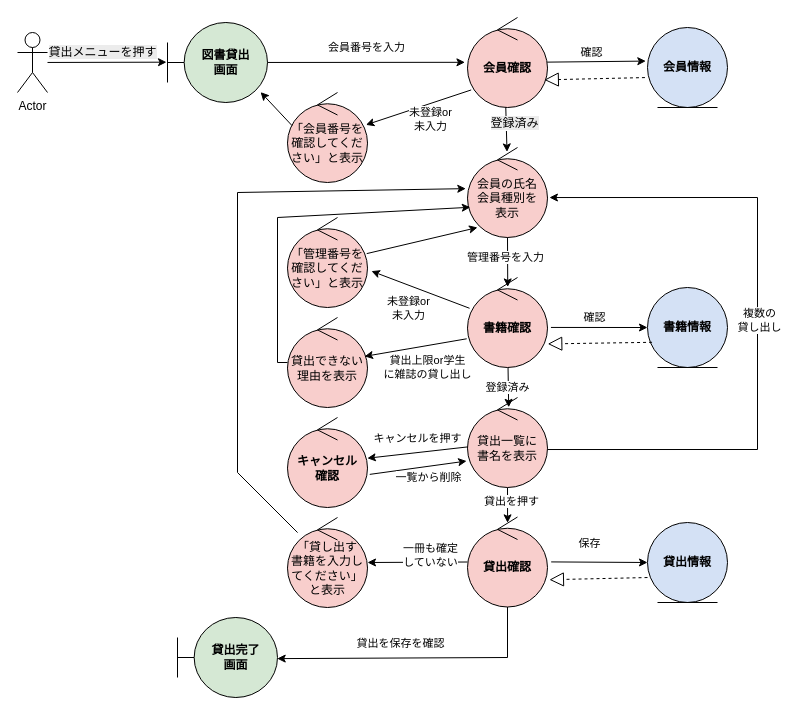
Before: group/単位認定試験第2回/コード/ロバストネス図/roba_02_Rental.drawio in ko246/ohara_uml, a draw.io diagram. Source tidied: cells renumbered, new cells numbered last; positions are measured from the earlier drawing's top-left corner, leaving out a move shared by most shapes. Both pictures are drawn from the tidied source at 100%, with x=0, y=0 at pixel (17, 17).
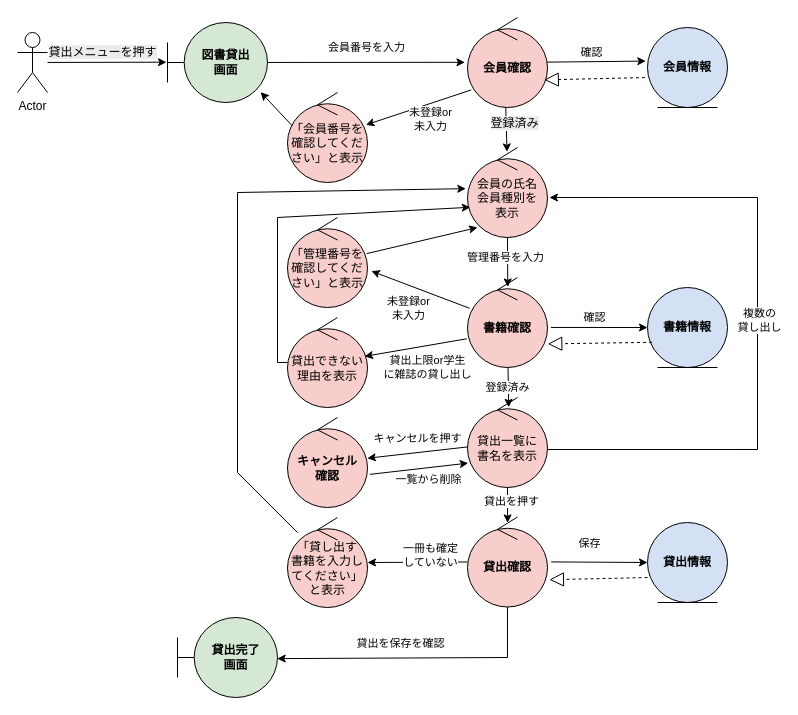
The same page after the edit.

Commit message (it also covers changes not shown here):
ロバストネス図修正

Unchanged cells that the change refers to:
```xml
<mxCell id="31" value="&lt;div&gt;&lt;span style=&quot;background-color: transparent; color: light-dark(rgb(0, 0, 0), rgb(255, 255, 255));&quot;&gt;貸出一覧に&lt;/span&gt;&lt;/div&gt;&lt;div&gt;&lt;span style=&quot;background-color: transparent; color: light-dark(rgb(0, 0, 0), rgb(255, 255, 255));&quot;&gt;書名を&lt;/span&gt;&lt;span style=&quot;background-color: transparent; color: light-dark(rgb(0, 0, 0), rgb(255, 255, 255));&quot;&gt;表示&lt;/span&gt;&lt;/div&gt;" style="ellipse;shape=umlControl;whiteSpace=wrap;html=1;fillColor=#F8CECC;" parent="1" vertex="1">
  <mxGeometry x="450" y="380" width="80" height="90" as="geometry" />
</mxCell>
<mxCell id="58" value="&lt;b&gt;キャンセル&lt;/b&gt;&lt;div&gt;&lt;b&gt;確認&lt;/b&gt;&lt;/div&gt;" style="ellipse;shape=umlControl;whiteSpace=wrap;html=1;fillColor=#F8CECC;" parent="1" vertex="1">
  <mxGeometry x="270" y="400" width="80" height="90" as="geometry" />
</mxCell>
```

What changed in the source:
```diff
@@
-    <mxCell id="29" style="edgeStyle=none;rounded=0;jettySize=auto;html=1;entryX=1.028;entryY=0.632;entryDx=0;entryDy=0;entryPerimeter=0;exitX=-0.011;exitY=0.706;exitDx=0;exitDy=0;exitPerimeter=0;endArrow=none;endFill=0;startArrow=classic;startFill=1;" parent="1" edge="1" source="31" target="58">
+    <mxCell id="29" style="edgeStyle=none;rounded=0;jettySize=auto;html=1;entryX=1.028;entryY=0.632;entryDx=0;entryDy=0;entryPerimeter=0;exitX=0.009;exitY=0.729;exitDx=0;exitDy=0;exitPerimeter=0;endArrow=none;endFill=0;startArrow=classic;startFill=1;" parent="1" edge="1" source="31" target="58">
       <mxGeometry relative="1" as="geometry" />
     </mxCell>
```
